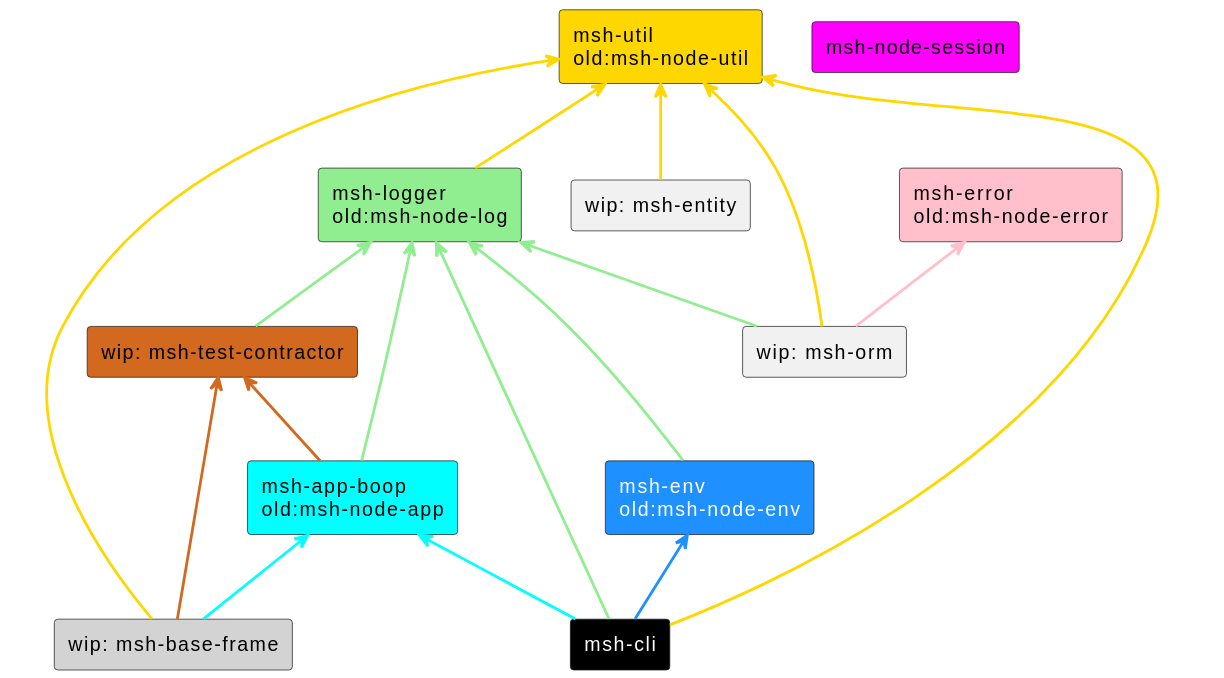
The PlantUML diagram resource/diagram/project-rlation.svg in beecode-rs/msh, before a commit.
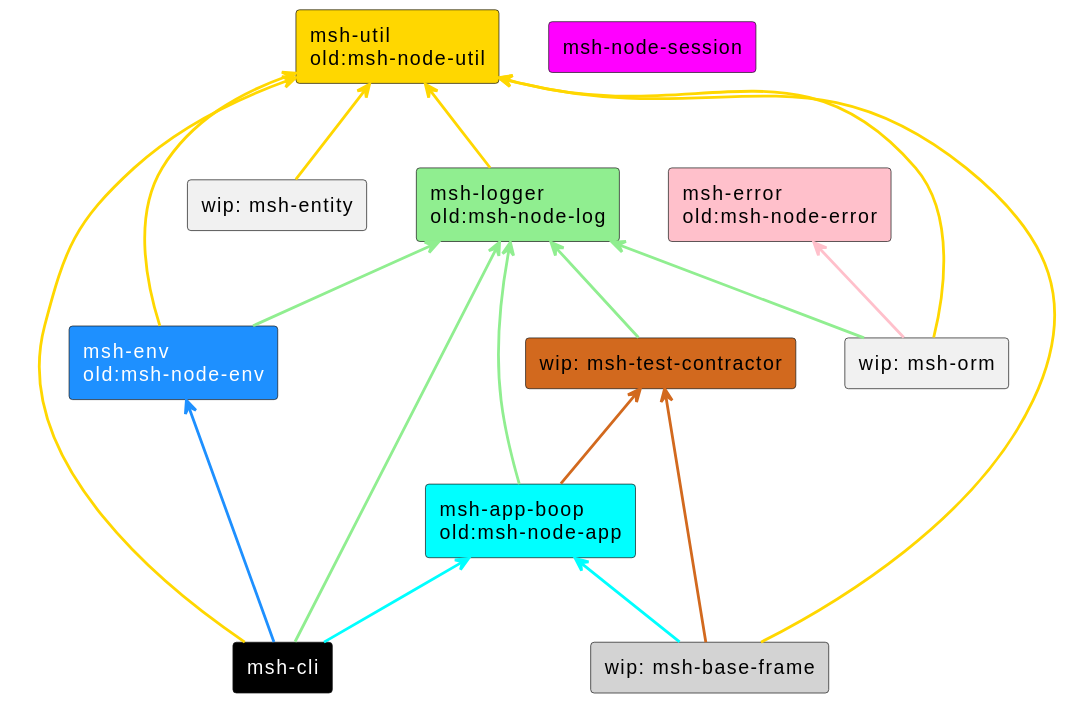
After the commit.

Commit message:
docs: update project relation diagram

Diff of the diagram source:
```diff
@@ -49,6 +49,7 @@
 
 
 env -up-> logger #$logger_color
+env -up-> util #$util_color
 
 
 test_contractor -up-> logger #$logger_color
```
